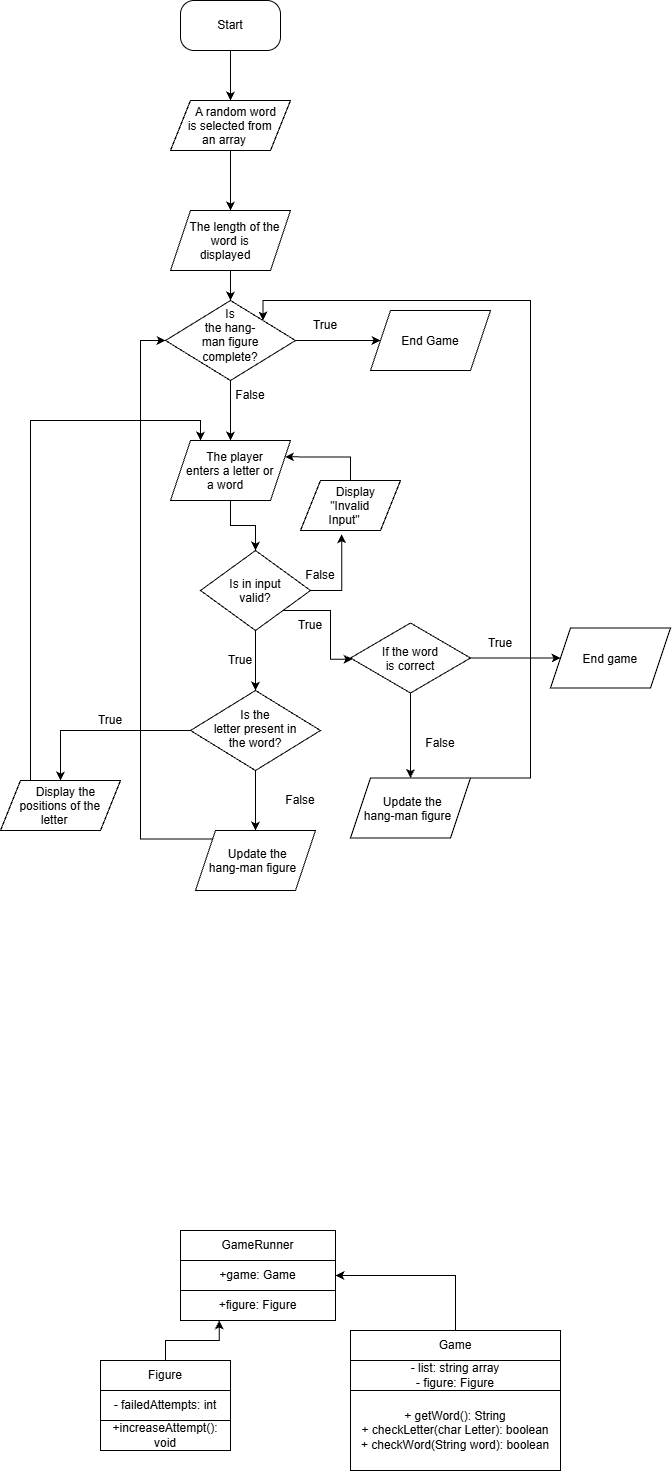
hellohumans1234321/Playground keeps this draw.io diagram as Project2.drawio.png. Above is the earlier version. Source tidied: cells renumbered, new cells last; positions are measured from the earlier drawing's top-left corner, leaving out a move shared by most shapes.
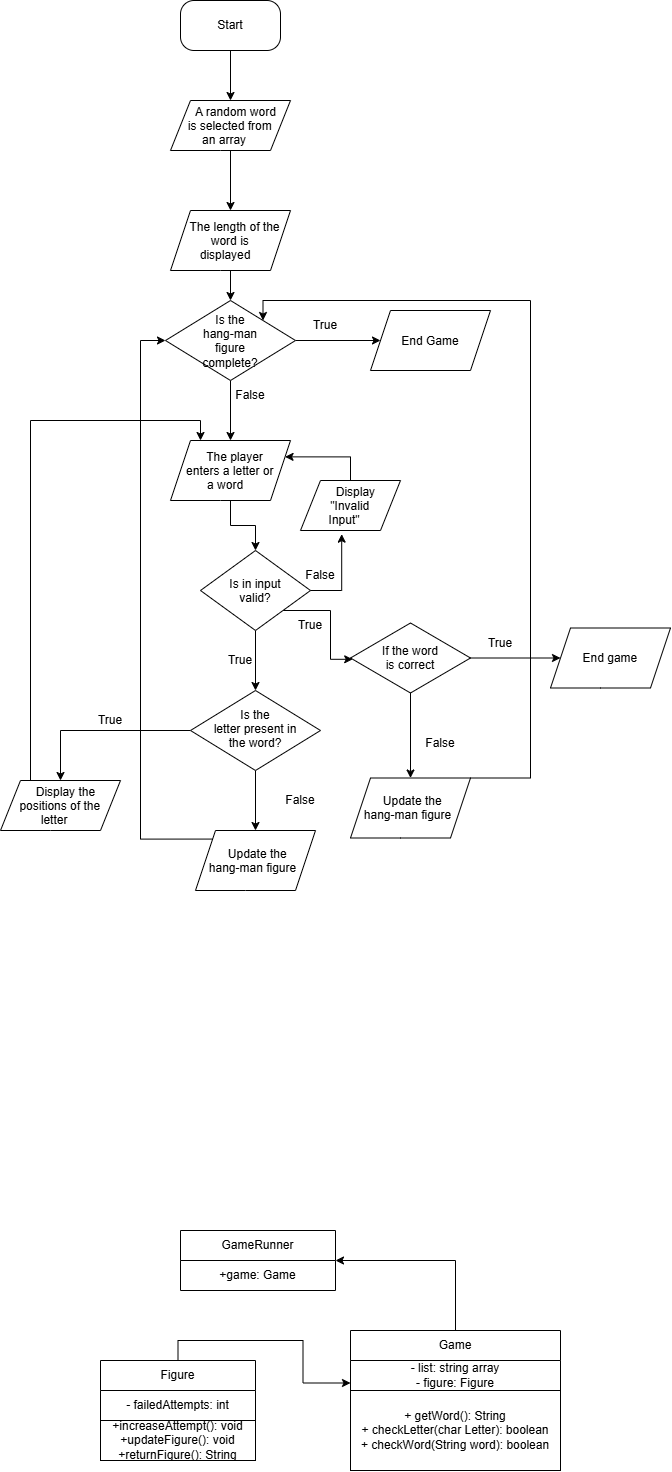
After the commit.

What changed in the source:
```diff
@@ -89,14 +89,11 @@
       <mxGeometry x="410" y="727.5" width="60" height="30" as="geometry" />
     </mxCell>
     <mxCell id="27" value="GameRunner" style="swimlane;fontStyle=0;horizontal=1;startSize=30;whiteSpace=wrap;html=1;" parent="1" vertex="1">
-      <mxGeometry x="180" y="1230" width="155" height="90" as="geometry" />
+      <mxGeometry x="180" y="1230" width="155" height="60" as="geometry" />
     </mxCell>
     <mxCell id="28" value="+game: Game" style="text;html=1;whiteSpace=wrap;strokeColor=none;fillColor=none;align=center;verticalAlign=middle;rounded=0;" parent="27" vertex="1">
       <mxGeometry y="30" width="155" height="30" as="geometry" />
     </mxCell>
-    <mxCell id="29" value="+figure: Figure" style="text;html=1;whiteSpace=wrap;strokeColor=default;fillColor=none;align=center;verticalAlign=middle;rounded=0;" parent="27" vertex="1">
-      <mxGeometry y="60" width="155" height="30" as="geometry" />
-    </mxCell>
     <mxCell id="30" value="Game" style="swimlane;fontStyle=0;horizontal=1;startSize=30;whiteSpace=wrap;html=1;" parent="1" vertex="1">
       <mxGeometry x="350" y="1330" width="210" height="140" as="geometry" />
     </mxCell>
@@ -106,17 +103,17 @@
     <mxCell id="32" value="+ getWord(): String&lt;div&gt;+ checkLetter(char Letter): boolean&lt;/div&gt;&lt;div&gt;+ checkWord(String word): boolean&lt;/div&gt;" style="text;html=1;whiteSpace=wrap;strokeColor=default;fillColor=none;align=center;verticalAlign=middle;rounded=0;" parent="30" vertex="1">
       <mxGeometry y="60" width="210" height="80" as="geometry" />
     </mxCell>
-    <mxCell id="33" style="edgeStyle=orthogonalEdgeStyle;rounded=0;jettySize=auto;html=1;exitX=0.5;exitY=0;exitDx=0;exitDy=0;defaultLabelBackgroundColor=gap;entryX=0.25;entryY=1;entryDx=0;entryDy=0;" parent="1" edge="1" source="34" target="27">
+    <mxCell id="33" style="edgeStyle=orthogonalEdgeStyle;rounded=0;jettySize=auto;html=1;exitX=0.5;exitY=0;exitDx=0;exitDy=0;defaultLabelBackgroundColor=gap;entryX=0;entryY=0.75;entryDx=0;entryDy=0;" parent="1" edge="1" source="34" target="31">
       <mxGeometry relative="1" as="geometry" />
     </mxCell>
     <mxCell id="34" value="Figure" style="swimlane;fontStyle=0;horizontal=1;startSize=30;whiteSpace=wrap;html=1;" parent="1" vertex="1">
-      <mxGeometry x="100" y="1360" width="130" height="90" as="geometry" />
+      <mxGeometry x="100" y="1360" width="155" height="100" as="geometry" />
     </mxCell>
     <mxCell id="35" value="- failedAttempts: int" style="text;html=1;whiteSpace=wrap;strokeColor=none;fillColor=none;align=center;verticalAlign=middle;rounded=0;" parent="34" vertex="1">
-      <mxGeometry y="30" width="130" height="30" as="geometry" />
+      <mxGeometry y="30" width="155" height="30" as="geometry" />
     </mxCell>
-    <mxCell id="36" value="+increaseAttempt(): void" style="text;html=1;whiteSpace=wrap;align=center;verticalAlign=middle;rounded=0;perimeterSpacing=1;strokeColor=default;" parent="34" vertex="1">
-      <mxGeometry y="60" width="130" height="30" as="geometry" />
+    <mxCell id="36" value="+increaseAttempt(): void&lt;div&gt;+updateFigure(): void&lt;/div&gt;&lt;div&gt;+returnFigure(): String&lt;/div&gt;" style="text;html=1;whiteSpace=wrap;align=center;verticalAlign=middle;rounded=0;perimeterSpacing=1;strokeColor=default;" parent="34" vertex="1">
+      <mxGeometry y="60" width="155" height="40" as="geometry" />
     </mxCell>
     <mxCell id="37" style="edgeStyle=orthogonalEdgeStyle;rounded=0;jettySize=auto;html=1;exitX=0.5;exitY=0;exitDx=0;exitDy=0;entryX=1;entryY=0.5;entryDx=0;entryDy=0;defaultLabelBackgroundColor=gap;" parent="1" edge="1" source="30" target="27">
       <mxGeometry relative="1" as="geometry" />
```
